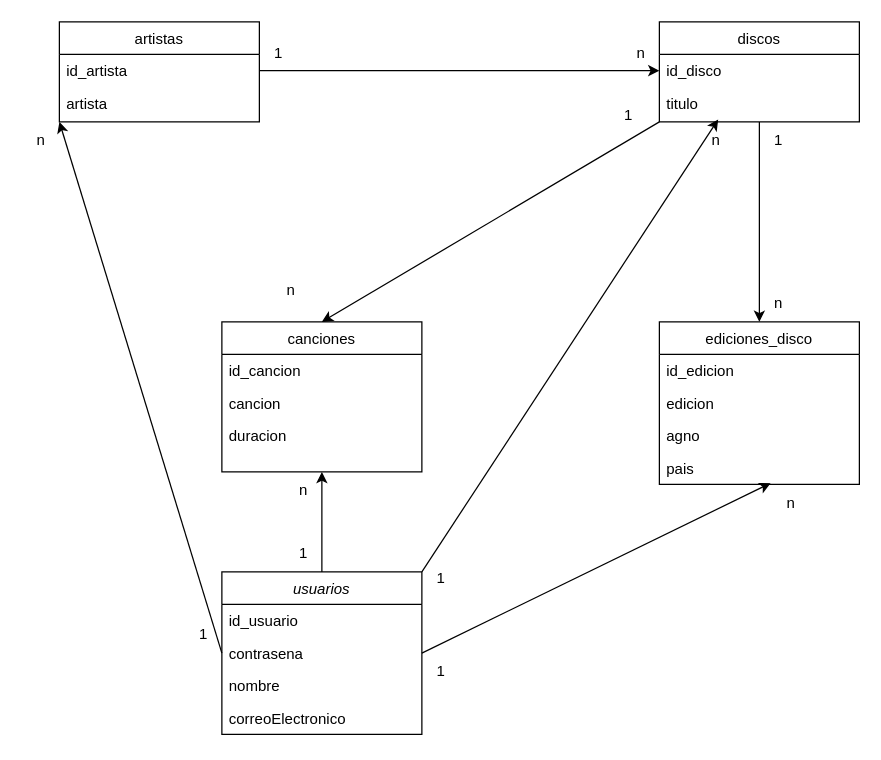
The draw.io diagram Código/src/PROGRAMAMODULADO/Diagramas y modelos/Modelo relacional/Modelo relacional.drawio in alexmr210/GrooveHub, before the edit. Source tidied: cells renumbered, new cells numbered last; positions are measured from the earlier drawing's top-left corner, leaving out a move shared by most shapes. Both pictures are drawn from the tidied source at 125%, with x=0, y=0 at pixel (21, 21).
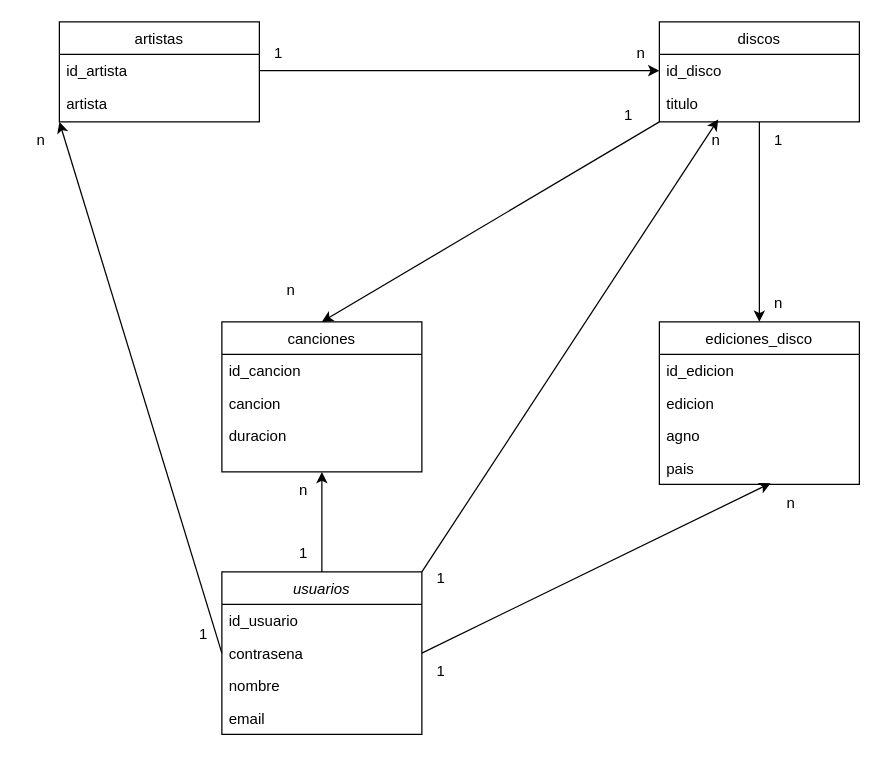
Above is the later version.

Unchanged cells that the change refers to:
```xml
<mxCell id="2" value="usuarios" style="swimlane;fontStyle=2;align=center;verticalAlign=top;horizontal=1;startSize=26;rounded=0;shadow=0;strokeWidth=1;" parent="1" vertex="1">
  <mxGeometry x="160" y="440" width="160" height="130" as="geometry" />
</mxCell>
```

Change to the diagram source:
```diff
@@
-    <mxCell id="6" value="correoElectronico" style="text;align=left;verticalAlign=top;spacingLeft=4;spacingRight=4;overflow=hidden;" parent="2" vertex="1">
+    <mxCell id="6" value="email" style="text;align=left;verticalAlign=top;spacingLeft=4;spacingRight=4;overflow=hidden;" parent="2" vertex="1">
       <mxGeometry y="104" width="160" height="26" as="geometry" />
     </mxCell>
```
